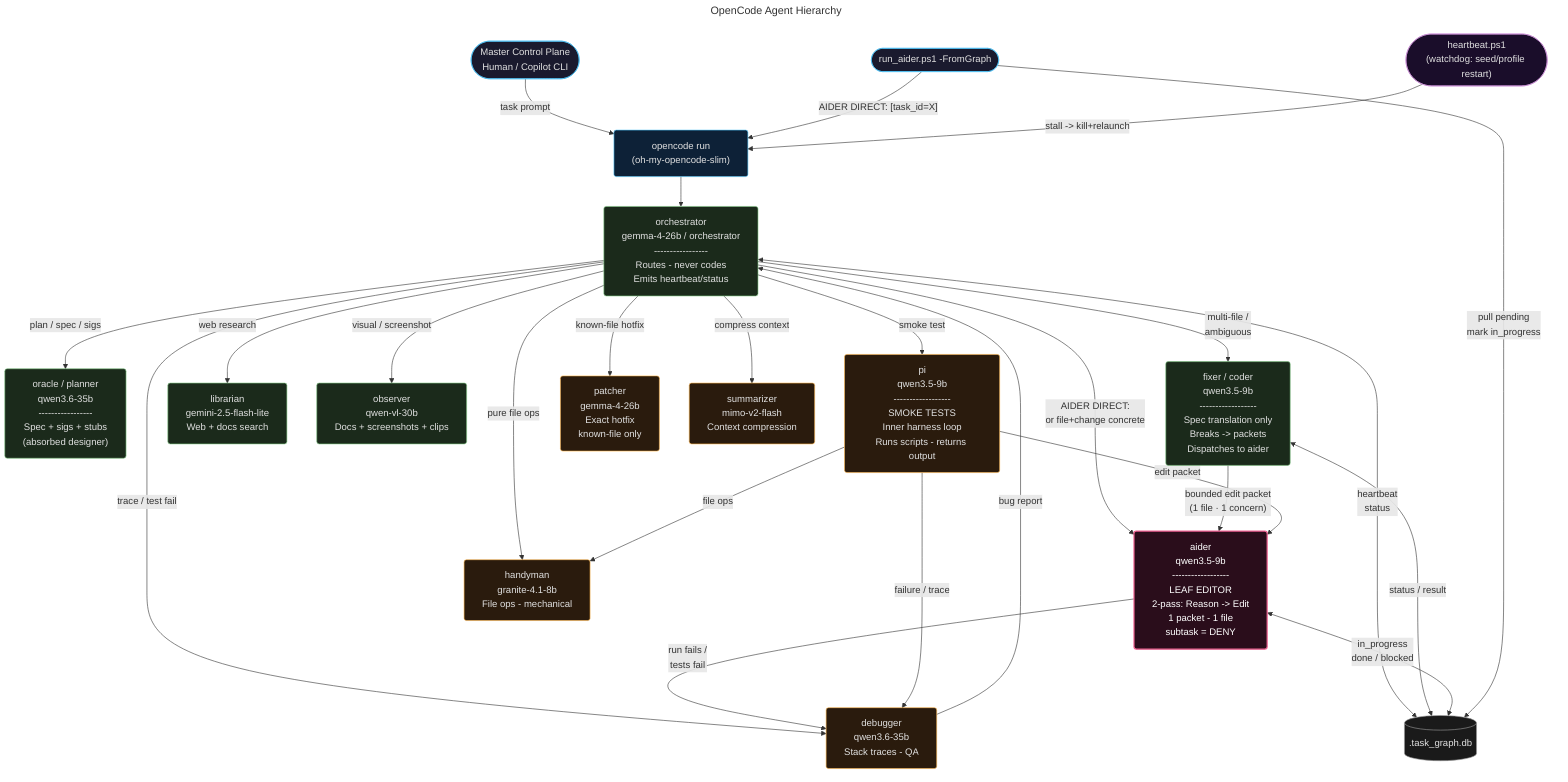
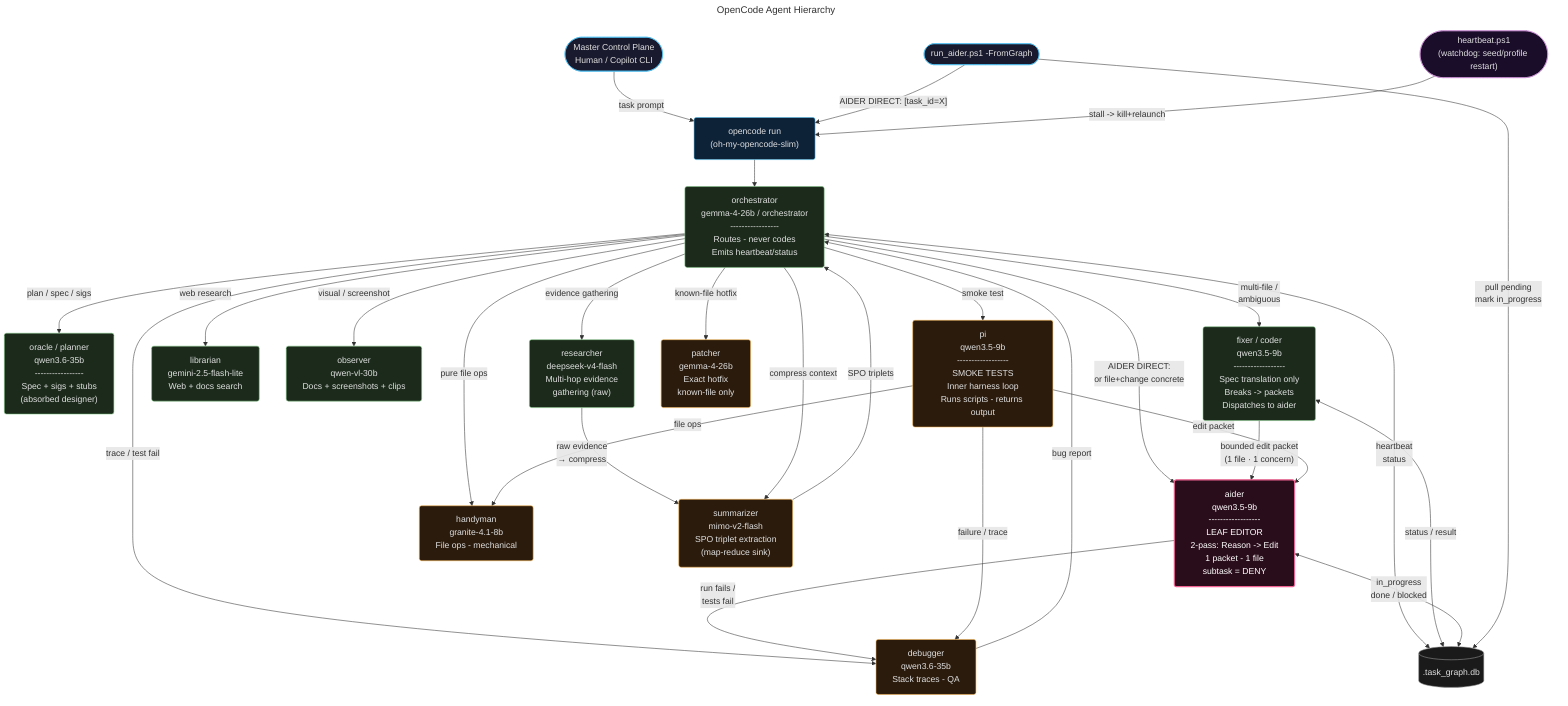
---
title: OpenCode Agent Hierarchy
---
flowchart TD
    %% ── Entry Points ──────────────────────────────────────────────
    HUMAN(["Master Control Plane\nHuman / Copilot CLI"])
    RAG(["run_aider.ps1 -FromGraph"])
    HB(["heartbeat.ps1\n(watchdog: seed/profile restart)"])
    DB[(".task_graph.db")]

    %% ── opencode shell ────────────────────────────────────────────
    OC["opencode run\n(oh-my-opencode-slim)"]

    %% ── Primary agents ────────────────────────────────────────────
    ORCH["orchestrator\ngemma-4-26b / orchestrator\n-----------------\nRoutes - never codes\nEmits heartbeat/status"]

    ORACLE["oracle / planner\nqwen3.6-35b\n-----------------\nSpec + sigs + stubs\n(absorbed designer)"]
    FIXER["fixer / coder\nqwen3.5-9b\n------------------\nSpec translation only\nBreaks -> packets\nDispatches to aider"]
    LIBRARIAN["librarian\ngemini-2.5-flash-lite\nWeb + docs search"]
    OBSERVER["observer\nqwen-vl-30b\nDocs + screenshots + clips"]
+     RESEARCHER["researcher\ndeepseek-v4-flash\nMulti-hop evidence\ngathering (raw)"]

    %% ── Subagents ─────────────────────────────────────────────────
    PI["pi\nqwen3.5-9b\n------------------\nSMOKE TESTS\nInner harness loop\nRuns scripts - returns output"]
    AIDER["aider\nqwen3.5-9b\n------------------\nLEAF EDITOR\n2-pass: Reason -> Edit\n1 packet - 1 file\nsubtask = DENY"]
    HANDYMAN["handyman\ngranite-4.1-8b\nFile ops - mechanical"]
    PATCHER["patcher\ngemma-4-26b\nExact hotfix\nknown-file only"]
    DEBUGGER["debugger\nqwen3.6-35b\nStack traces - QA"]
-     SUMMARIZER["summarizer\nmimo-v2-flash\nContext compression"]
+     SUMMARIZER["summarizer\nmimo-v2-flash\nSPO triplet extraction\n(map-reduce sink)"]

    %% ── Entry → shell ─────────────────────────────────────────────
    HUMAN -->|"task prompt"| OC
    RAG -->|"AIDER DIRECT: [task_id=X]"| OC
    HB -->|"stall -> kill+relaunch"| OC

    %% ── shell → orchestrator ──────────────────────────────────────
    OC --> ORCH

    %% ── orchestrator → primaries ──────────────────────────────────
    ORCH -->|"plan / spec / sigs"| ORACLE
    ORCH -->|"multi-file /\nambiguous"| FIXER
    ORCH -->|"web research"| LIBRARIAN
    ORCH -->|"visual / screenshot"| OBSERVER
+     ORCH -->|"evidence gathering"| RESEARCHER
+ 
+     %% ── researcher → summarizer (map-reduce pair) ─────────────────
+     RESEARCHER -->|"raw evidence\n→ compress"| SUMMARIZER
+     SUMMARIZER -->|"SPO triplets"| ORCH

    %% ── orchestrator → subagents (direct shortcuts) ───────────────
    ORCH -->|"AIDER DIRECT:\nor file+change concrete"| AIDER
    ORCH -->|"smoke test"| PI
    ORCH -->|"known-file hotfix"| PATCHER
    ORCH -->|"pure file ops"| HANDYMAN
    ORCH -->|"trace / test fail"| DEBUGGER
    ORCH -->|"compress context"| SUMMARIZER

    %% ── reflection loop (generate → critique → fix) ──────────────
    AIDER -->|"run fails /\ntests fail"| DEBUGGER
    DEBUGGER -->|"bug report"| ORCH

    %% ── fixer → aider (packet chain) ─────────────────────────────
    FIXER -->|"bounded edit packet\n(1 file · 1 concern)"| AIDER

    %% ── pi internal routing ───────────────────────────────────────
    PI -->|"edit packet"| AIDER
    PI -->|"file ops"| HANDYMAN
    PI -->|"failure / trace"| DEBUGGER

    %% ── task graph wiring ─────────────────────────────────────────
    ORCH <-->|"heartbeat\nstatus"| DB
    FIXER <-->|"status / result"| DB
    AIDER <-->|"in_progress\ndone / blocked"| DB
    RAG -->|"pull pending\nmark in_progress"| DB

    %% ── styles ────────────────────────────────────────────────────
    classDef entry    fill:#1a1a2e,stroke:#4fc3f7,color:#e0e0e0,rx:8
    classDef shell    fill:#0d2137,stroke:#4fc3f7,color:#e0e0e0,rx:4
    classDef primary  fill:#1b2a1b,stroke:#81c784,color:#e0e0e0,rx:4
    classDef subagent fill:#2a1b0d,stroke:#ffb74d,color:#e0e0e0,rx:4
    classDef leaf     fill:#2a0d1b,stroke:#f06292,color:#ffffff,rx:4,stroke-width:2px
    classDef db       fill:#1a1a1a,stroke:#9e9e9e,color:#e0e0e0
    classDef watchdog fill:#1a0d2a,stroke:#ce93d8,color:#e0e0e0,rx:8

    class HUMAN,RAG entry
    class HB watchdog
    class OC shell
-     class ORCH,ORACLE,FIXER,LIBRARIAN,OBSERVER primary
+     class ORCH,ORACLE,FIXER,LIBRARIAN,OBSERVER,RESEARCHER primary
    class PI,HANDYMAN,PATCHER,DEBUGGER,SUMMARIZER subagent
    class AIDER leaf
    class DB db
